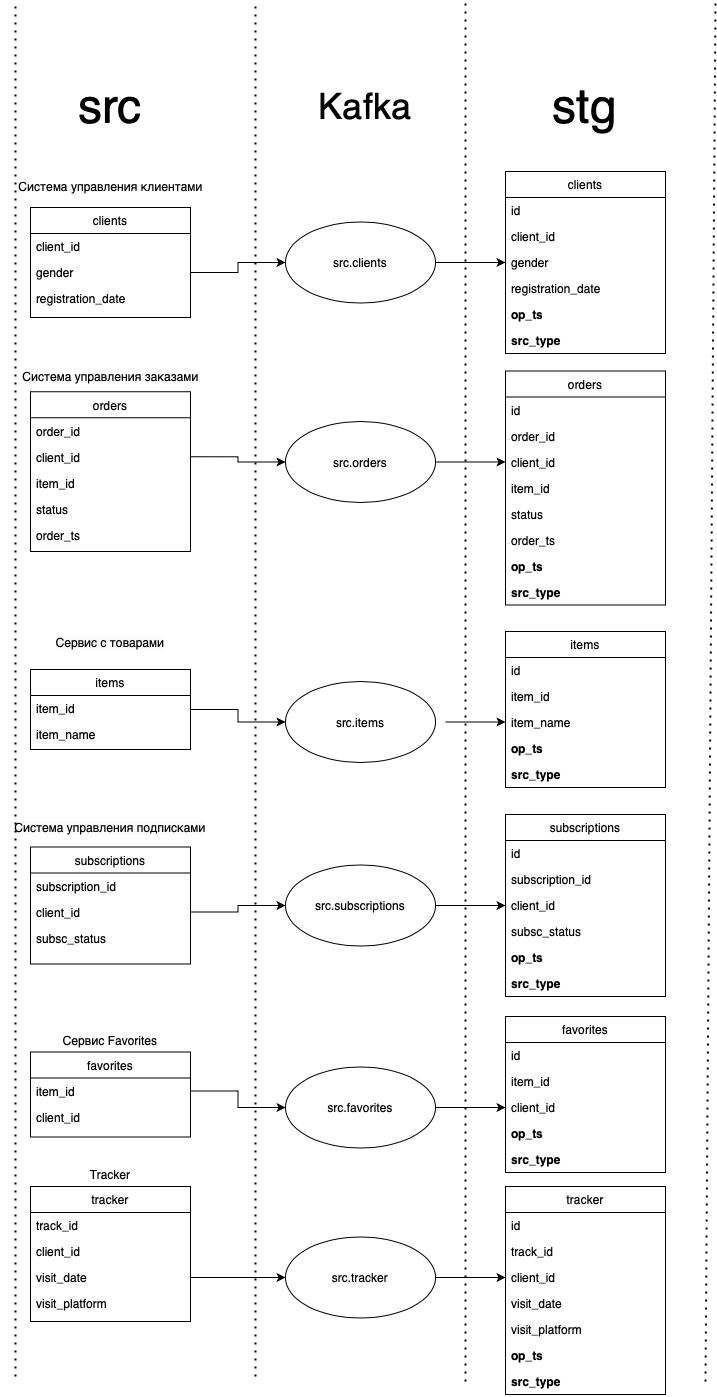
This is stg/src_stg.drawio.png from DariaMinina/architecture_asobd, a draw.io export, as it was before one commit. Source tidied: cells renumbered, new cells last; positions are measured from the earlier drawing's top-left corner, leaving out a move shared by most shapes.
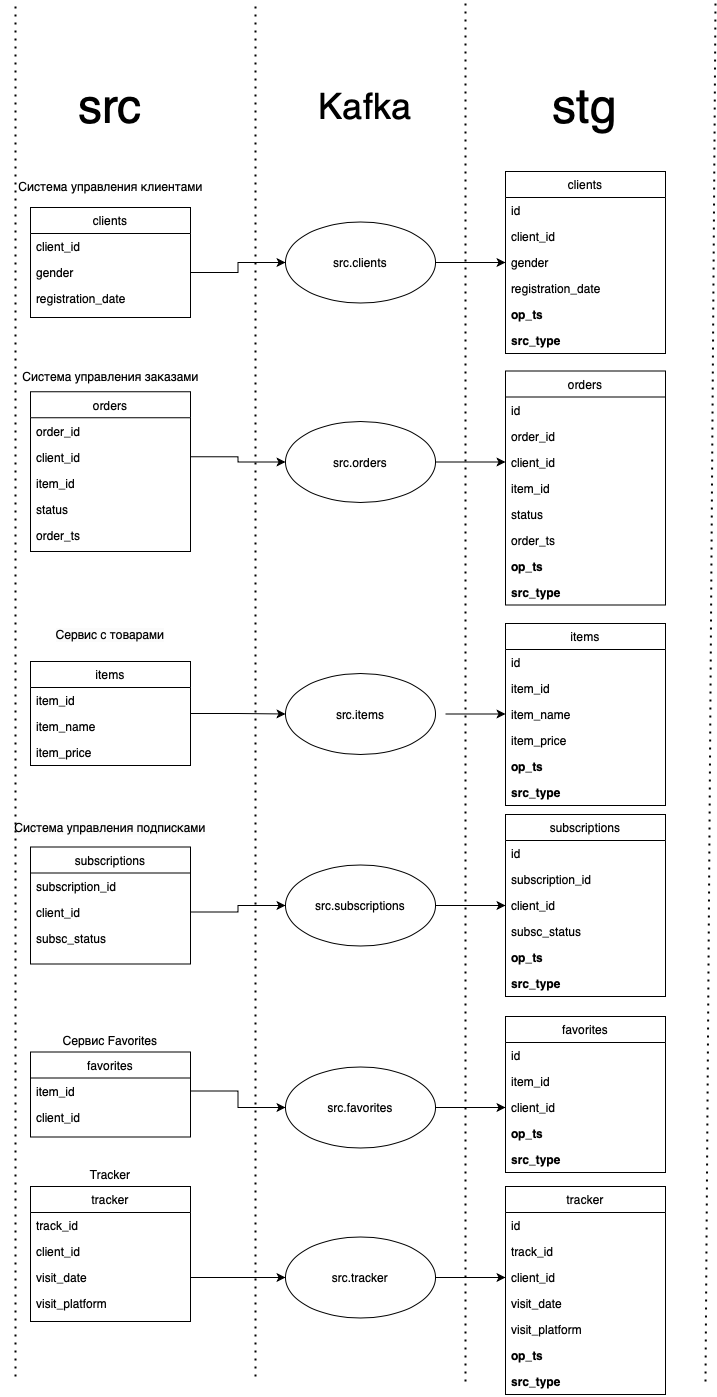
After the commit.

Commit message:
added item_price

Diff of the diagram source:
```diff
@@ -159,7 +159,7 @@
       <mxGeometry x="285" y="1235.5" width="150" height="81" as="geometry" />
     </mxCell>
     <mxCell id="52" value="items" style="swimlane;fontStyle=0;align=center;verticalAlign=top;horizontal=1;startSize=26;rounded=0;shadow=0;strokeWidth=1;" parent="1" vertex="1">
-      <mxGeometry x="505" y="630" width="160" height="156" as="geometry" />
+      <mxGeometry x="505" y="622" width="160" height="182" as="geometry" />
     </mxCell>
     <mxCell id="53" value="id" style="text;align=left;verticalAlign=top;spacingLeft=4;spacingRight=4;overflow=hidden;" parent="52" vertex="1">
       <mxGeometry y="26" width="160" height="26" as="geometry" />
@@ -170,19 +170,22 @@
     <mxCell id="55" value="item_name" style="text;align=left;verticalAlign=top;spacingLeft=4;spacingRight=4;overflow=hidden;points=[[0,0.5],[1,0.5]];portConstraint=eastwest;rounded=0;shadow=0;html=0;" parent="52" vertex="1">
       <mxGeometry y="78" width="160" height="26" as="geometry" />
     </mxCell>
+    <mxCell id="101" value="item_price" style="text;align=left;verticalAlign=top;spacingLeft=4;spacingRight=4;overflow=hidden;rounded=0;shadow=0;html=0;" parent="52" vertex="1">
+      <mxGeometry y="104" width="160" height="26" as="geometry" />
+    </mxCell>
     <mxCell id="56" value="op_ts" style="text;align=left;verticalAlign=top;spacingLeft=4;spacingRight=4;overflow=hidden;fontStyle=1;" parent="52" vertex="1">
-      <mxGeometry y="104" width="160" height="26" as="geometry" />
+      <mxGeometry y="130" width="160" height="26" as="geometry" />
     </mxCell>
     <mxCell id="57" value="src_type" style="text;align=left;verticalAlign=top;spacingLeft=4;spacingRight=4;overflow=hidden;fontStyle=1;" parent="52" vertex="1">
-      <mxGeometry y="130" width="160" height="26" as="geometry" />
+      <mxGeometry y="156" width="160" height="26" as="geometry" />
     </mxCell>
     <mxCell id="58" style="edgeStyle=orthogonalEdgeStyle;rounded=0;jettySize=auto;html=1;" parent="1" edge="1" target="55">
       <mxGeometry relative="1" as="geometry">
-        <mxPoint x="445" y="720.5" as="sourcePoint" />
+        <mxPoint x="445" y="712.5" as="sourcePoint" />
       </mxGeometry>
     </mxCell>
     <mxCell id="59" value="src.items" style="ellipse;whiteSpace=wrap;html=1;" parent="1" vertex="1">
-      <mxGeometry x="285" y="680" width="150" height="81" as="geometry" />
+      <mxGeometry x="285" y="672" width="150" height="81" as="geometry" />
     </mxCell>
     <mxCell id="60" value="&lt;font style=&quot;font-size: 36px;&quot;&gt;Kafka&lt;/font&gt;" style="text;html=1;align=center;verticalAlign=middle;whiteSpace=wrap;rounded=0;" parent="1" vertex="1">
       <mxGeometry x="335" y="90" width="60" height="30" as="geometry" />
@@ -266,7 +269,7 @@
       <mxGeometry relative="1" as="geometry" />
     </mxCell>
     <mxCell id="86" value="items" style="swimlane;fontStyle=0;align=center;verticalAlign=top;horizontal=1;startSize=26;rounded=0;shadow=0;strokeWidth=1;" parent="1" vertex="1">
-      <mxGeometry x="30" y="668" width="160" height="80" as="geometry" />
+      <mxGeometry x="30" y="660" width="160" height="104" as="geometry" />
     </mxCell>
     <mxCell id="87" value="item_id" style="text;align=left;verticalAlign=top;spacingLeft=4;spacingRight=4;overflow=hidden;" parent="86" vertex="1">
       <mxGeometry y="26" width="160" height="26" as="geometry" />
@@ -274,6 +277,9 @@
     <mxCell id="88" value="item_name" style="text;align=left;verticalAlign=top;spacingLeft=4;spacingRight=4;overflow=hidden;rounded=0;shadow=0;html=0;" parent="86" vertex="1">
       <mxGeometry y="52" width="160" height="26" as="geometry" />
     </mxCell>
+    <mxCell id="102" value="item_price" style="text;align=left;verticalAlign=top;spacingLeft=4;spacingRight=4;overflow=hidden;rounded=0;shadow=0;html=0;" parent="86" vertex="1">
+      <mxGeometry y="78" width="160" height="26" as="geometry" />
+    </mxCell>
     <mxCell id="89" style="edgeStyle=orthogonalEdgeStyle;rounded=0;jettySize=auto;html=1;exitX=1;exitY=0.5;exitDx=0;exitDy=0;entryX=0;entryY=0.5;entryDx=0;entryDy=0;" parent="1" edge="1" source="69" target="23">
       <mxGeometry relative="1" as="geometry" />
     </mxCell>
@@ -296,7 +302,7 @@
       <mxGeometry x="10" y="360.2" width="200" height="30" as="geometry" />
     </mxCell>
     <mxCell id="96" value="&lt;span style=&quot;color: rgb(0, 0, 0); font-family: Helvetica; font-size: 12px; font-style: normal; font-variant-ligatures: normal; font-variant-caps: normal; font-weight: 400; letter-spacing: normal; orphans: 2; text-indent: 0px; text-transform: none; widows: 2; word-spacing: 0px; -webkit-text-stroke-width: 0px; white-space: normal; background-color: rgb(251, 251, 251); text-decoration-thickness: initial; text-decoration-style: initial; text-decoration-color: initial; float: none; display: inline !important;&quot;&gt;Сервис с товарами&lt;/span&gt;" style="text;whiteSpace=wrap;html=1;align=center;" parent="1" vertex="1">
-      <mxGeometry x="40" y="628" width="140" height="40" as="geometry" />
+      <mxGeometry x="40" y="620" width="140" height="40" as="geometry" />
     </mxCell>
     <mxCell id="97" value="&lt;span style=&quot;color: rgb(0, 0, 0); font-family: Helvetica; font-size: 12px; font-style: normal; font-variant-ligatures: normal; font-variant-caps: normal; font-weight: 400; letter-spacing: normal; orphans: 2; text-indent: 0px; text-transform: none; widows: 2; word-spacing: 0px; -webkit-text-stroke-width: 0px; white-space: normal; background-color: rgb(251, 251, 251); text-decoration-thickness: initial; text-decoration-style: initial; text-decoration-color: initial; float: none; display: inline !important;&quot;&gt;Система управления подписками&lt;/span&gt;" style="text;whiteSpace=wrap;html=1;align=center;" parent="1" vertex="1">
       <mxGeometry y="813" width="220" height="40" as="geometry" />
```
